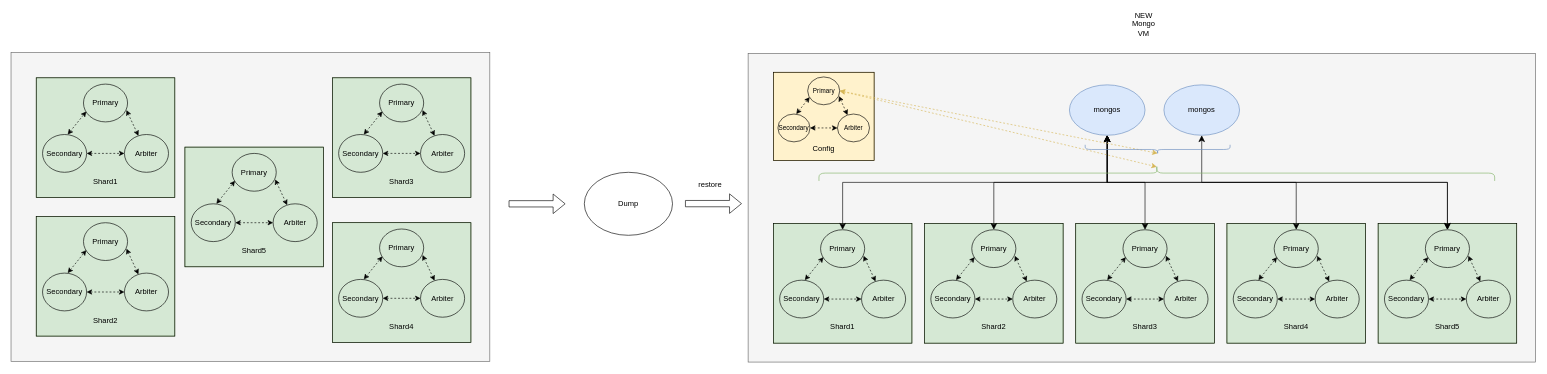
TreeStone94/drawio keeps this draw.io diagram as page "페이지-2" (2 of 2) of architecture/mongodb.drawio. Above is the earlier version. Source tidied: cells renumbered, new cells numbered last; positions are measured from the earlier drawing's top-left corner, leaving out a move shared by most shapes. Both pictures are drawn from the tidied source at 63%, with x=0, y=0 at pixel (11, -165).
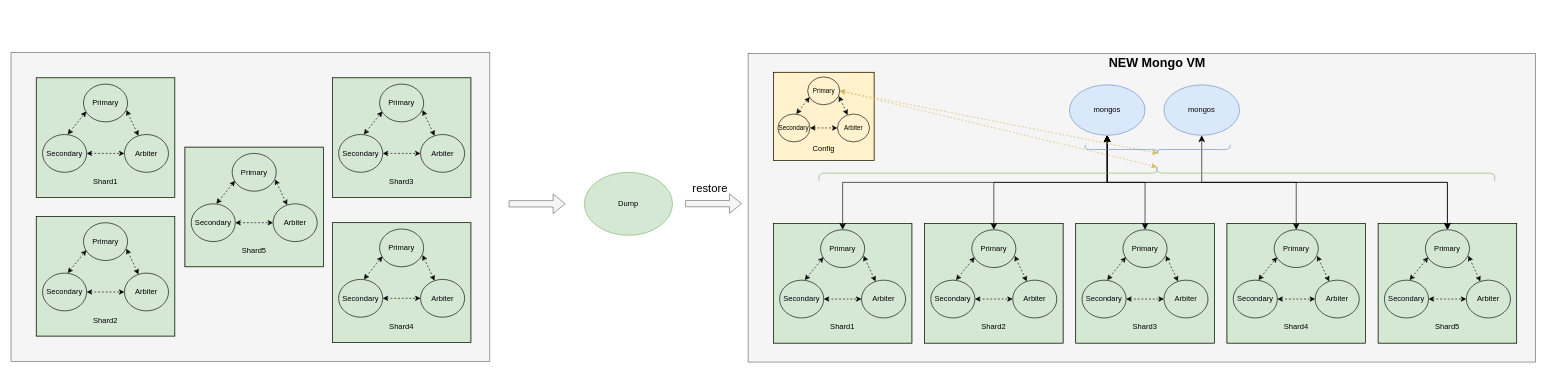
The same page after the edit.

The edit, as a diff of the source:
```diff
@@
-    <mxCell id="48" value="Dump" style="ellipse;whiteSpace=wrap;html=1;" parent="1" vertex="1">
+    <mxCell id="48" value="Dump" style="ellipse;whiteSpace=wrap;html=1;fillColor=#d5e8d4;strokeColor=#82b366;" parent="1" vertex="1">
       <mxGeometry x="910" y="535" width="140" height="100" as="geometry" />
     </mxCell>
@@
-    <mxCell id="116" value="NEW Mongo VM" style="text;html=1;align=center;verticalAlign=middle;whiteSpace=wrap;rounded=0;" parent="1" vertex="1">
-      <mxGeometry x="1767.5" y="285" width="60" height="30" as="geometry" />
+    <mxCell id="116" value="NEW Mongo VM" style="text;html=1;align=center;verticalAlign=middle;whiteSpace=wrap;rounded=0;fontSize=20;fontStyle=1;" parent="1" vertex="1">
+      <mxGeometry x="1677.5" y="345" width="282.5" height="30" as="geometry" />
     </mxCell>
-    <mxCell id="117" style="shape=flexArrow;endArrow=classic;html=1;rounded=0;" parent="1" edge="1">
+    <mxCell id="117" style="shape=flexArrow;endArrow=classic;html=1;rounded=0;fillColor=#f5f5f5;strokeColor=#666666;" parent="1" edge="1">
       <mxGeometry relative="1" as="geometry">
         <mxPoint x="790" y="585" as="sourcePoint" />
         <mxPoint x="880" y="585" as="targetPoint" />
       </mxGeometry>
     </mxCell>
-    <mxCell id="118" style="shape=flexArrow;endArrow=classic;html=1;rounded=0;" parent="1" edge="1">
+    <mxCell id="118" style="shape=flexArrow;endArrow=classic;html=1;rounded=0;fillColor=#f5f5f5;strokeColor=#666666;" parent="1" edge="1">
       <mxGeometry relative="1" as="geometry">
         <mxPoint x="1070" y="584.7" as="sourcePoint" />
         <mxPoint x="1160" y="584.7" as="targetPoint" />
       </mxGeometry>
     </mxCell>
-    <mxCell id="119" value="restore" style="text;html=1;align=center;verticalAlign=middle;whiteSpace=wrap;rounded=0;" parent="1" vertex="1">
-      <mxGeometry x="1070" y="535" width="80" height="40" as="geometry" />
+    <mxCell id="119" value="restore" style="text;html=1;align=center;verticalAlign=middle;whiteSpace=wrap;rounded=0;fontSize=18;" parent="1" vertex="1">
+      <mxGeometry x="1060" y="535" width="100" height="50" as="geometry" />
     </mxCell>
```
